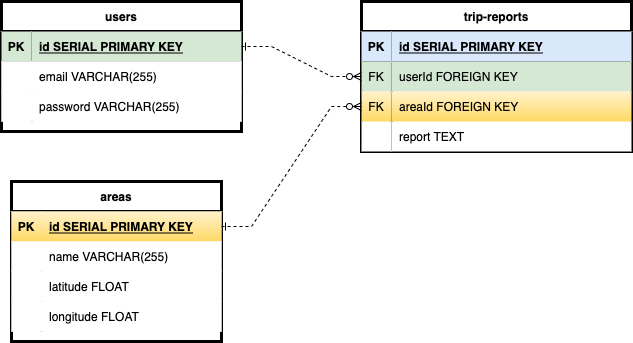
Above: ERD.drawio.png in mvanzo/P2-Dir (draw.io), before the change. Source tidied: cells renumbered, new cells last; positions are measured from the earlier drawing's top-left corner, leaving out a move shared by most shapes.
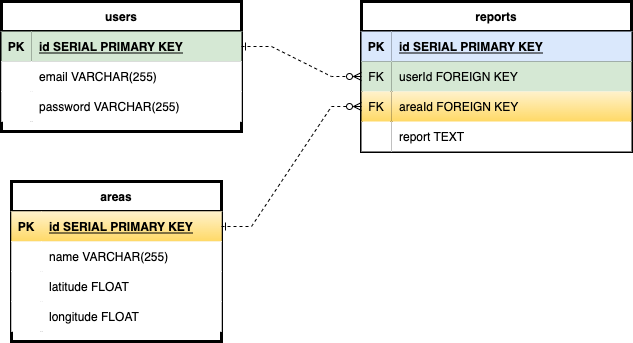
The same file after the commit.

Commit message:
update ERD reports table title

Change to the diagram source:
```diff
@@ -71,7 +71,7 @@
     <mxCell id="24" value="longitude FLOAT" style="shape=partialRectangle;top=0;left=0;bottom=0;right=0;align=left;spacingLeft=6;overflow=hidden;" parent="22" vertex="1">
       <mxGeometry x="30" width="180" height="30" as="geometry" />
     </mxCell>
-    <mxCell id="25" value="trip-reports" style="shape=table;startSize=30;rowLines=0;fontStyle=1;align=center;strokeWidth=3;" parent="1" vertex="1">
+    <mxCell id="25" value="reports" style="shape=table;startSize=30;rowLines=0;fontStyle=1;align=center;strokeWidth=3;" parent="1" vertex="1">
       <mxGeometry x="360" width="270" height="150" as="geometry" />
     </mxCell>
     <mxCell id="26" style="shape=tableRow;horizontal=0;startSize=0;swimlaneHead=0;swimlaneBody=0;fillColor=none;top=0;left=0;right=0;bottom=1;strokeWidth=3;" parent="25" vertex="1">
```
